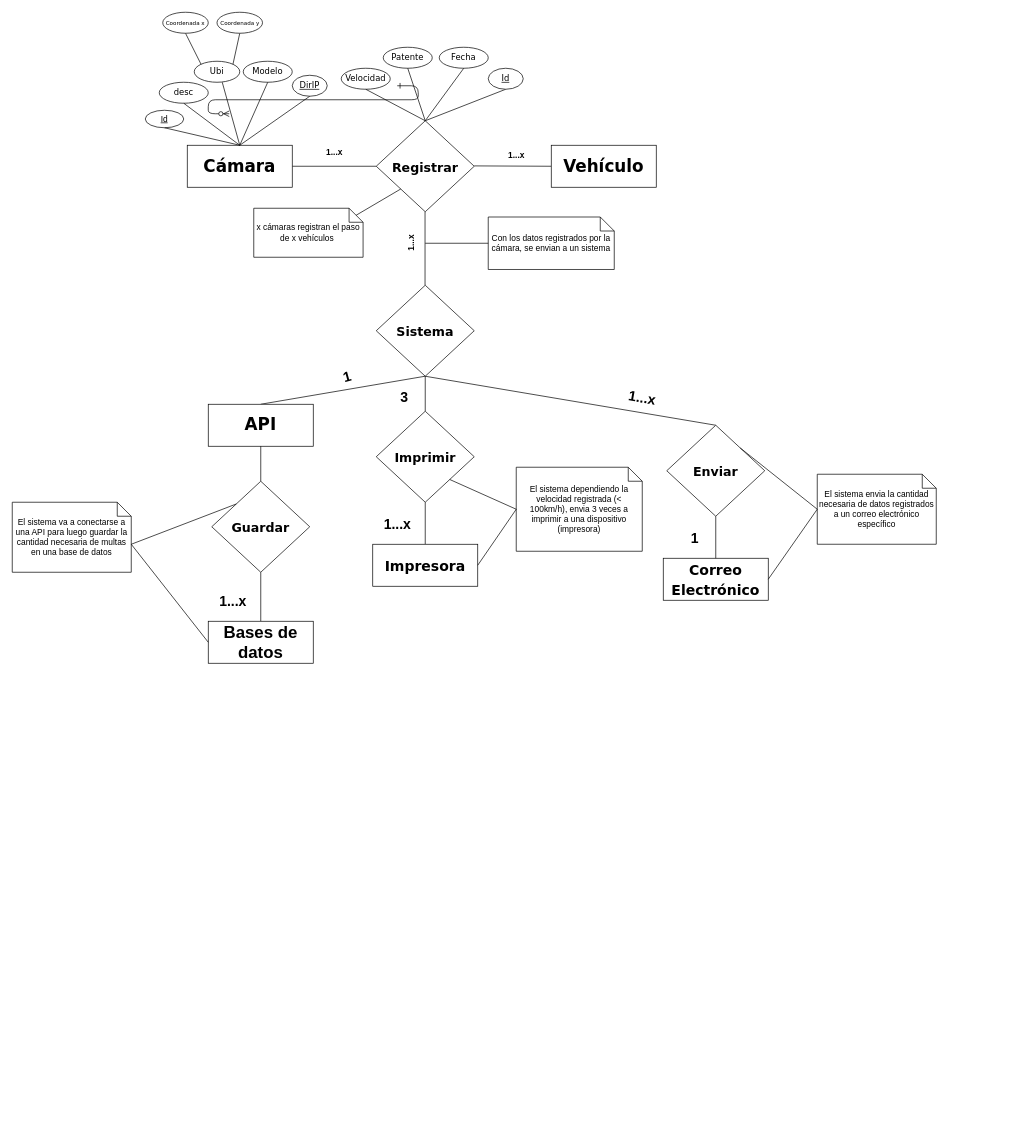
Before: diagrama/Diagrama entidad-relación/entidad-relacion.drawio in zEzequR/izo-isw1-tpds, a draw.io diagram. Source tidied: cells renumbered, new cells numbered last; positions are measured from the earlier drawing's top-left corner, leaving out a move shared by most shapes. Both pictures are drawn from the tidied source at 70%, with x=0, y=0 at pixel (12, 12).
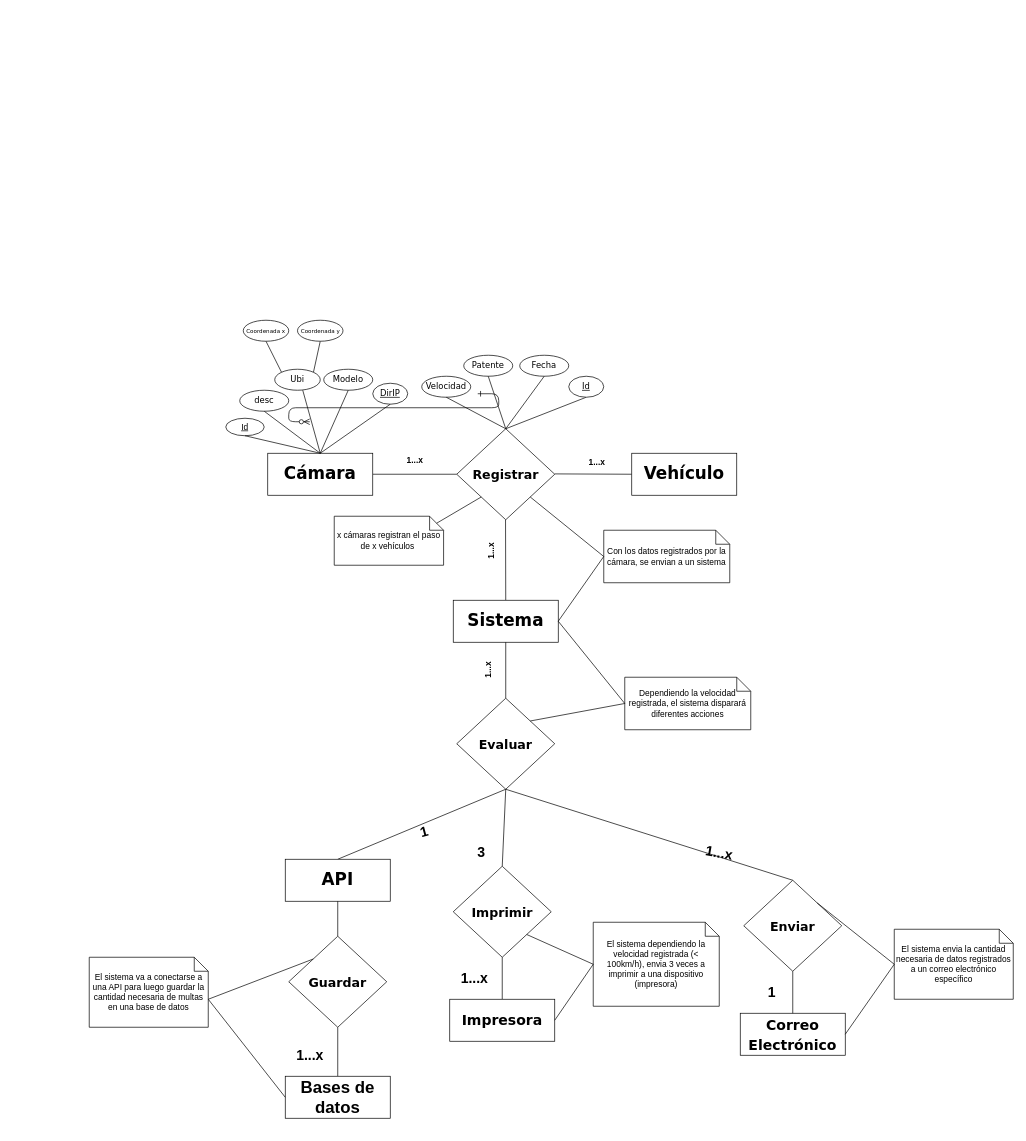
Above is the later version.

Commit message:
Diagrama Entidad-Relación corregido

The edit, as a diff of the source:
```diff
@@
     <mxCell id="2" style="edgeStyle=entityRelationEdgeStyle;endArrow=ERzeroToMany;startArrow=ERone;endFill=1;startFill=0;" parent="1" edge="1">
       <mxGeometry relative="1" as="geometry">
-        <mxPoint x="550" y="105" as="sourcePoint" />
-        <mxPoint x="310" y="145" as="targetPoint" />
+        <mxPoint x="665" y="545" as="sourcePoint" />
+        <mxPoint x="425" y="585" as="targetPoint" />
       </mxGeometry>
     </mxCell>
     <mxCell id="3" style="endArrow=none;html=1;rounded=0;" parent="1" edge="1">
       <mxGeometry relative="1" as="geometry">
-        <mxPoint x="400" y="220" as="sourcePoint" />
-        <mxPoint x="520" y="220" as="targetPoint" />
+        <mxPoint x="515" y="660" as="sourcePoint" />
+        <mxPoint x="635" y="660" as="targetPoint" />
       </mxGeometry>
     </mxCell>
     <mxCell id="4" value="&lt;h1&gt;&lt;font style=&quot;font-size: 18px;&quot; face=&quot;Verdana&quot;&gt;Registrar&lt;/font&gt;&lt;/h1&gt;" style="shape=rhombus;perimeter=rhombusPerimeter;whiteSpace=wrap;html=1;align=center;" parent="1" vertex="1">
-      <mxGeometry x="520" y="155" width="140" height="130" as="geometry" />
+      <mxGeometry x="635" y="595" width="140" height="130" as="geometry" />
     </mxCell>
     <mxCell id="5" style="endArrow=none;html=1;rounded=0;" parent="1" edge="1">
       <mxGeometry relative="1" as="geometry">
-        <mxPoint x="660" y="219.5" as="sourcePoint" />
-        <mxPoint x="770" y="220" as="targetPoint" />
+        <mxPoint x="775" y="659.5" as="sourcePoint" />
+        <mxPoint x="885" y="660" as="targetPoint" />
       </mxGeometry>
     </mxCell>
     <mxCell id="6" value="&lt;h1&gt;&lt;font face=&quot;Verdana&quot; style=&quot;font-size: 24px;&quot;&gt;Cámara&lt;/font&gt;&lt;/h1&gt;" style="whiteSpace=wrap;html=1;align=center;" parent="1" vertex="1">
-      <mxGeometry x="250" y="190" width="150" height="60" as="geometry" />
+      <mxGeometry x="365" y="630" width="150" height="60" as="geometry" />
     </mxCell>
     <mxCell id="7" value="&lt;h1&gt;&lt;font face=&quot;Verdana&quot;&gt;Vehículo&lt;/font&gt;&lt;/h1&gt;" style="whiteSpace=wrap;html=1;align=center;" parent="1" vertex="1">
-      <mxGeometry x="770" y="190" width="150" height="60" as="geometry" />
+      <mxGeometry x="885" y="630" width="150" height="60" as="geometry" />
     </mxCell>
     <mxCell id="8" value="1...x" style="text;strokeColor=none;fillColor=none;html=1;fontSize=12;fontStyle=1;verticalAlign=middle;align=center;" parent="1" vertex="1">
-      <mxGeometry x="430" y="190" width="60" height="20" as="geometry" />
+      <mxGeometry x="545" y="630" width="60" height="20" as="geometry" />
     </mxCell>
     <mxCell id="9" value="&lt;font style=&quot;font-size: 12px;&quot;&gt;1...x&lt;/font&gt;" style="text;strokeColor=none;fillColor=none;html=1;fontSize=24;fontStyle=1;verticalAlign=middle;align=center;" parent="1" vertex="1">
-      <mxGeometry x="690" y="190" width="60" height="20" as="geometry" />
+      <mxGeometry x="805" y="630" width="60" height="20" as="geometry" />
     </mxCell>
     <mxCell id="10" value="desc" style="ellipse;whiteSpace=wrap;html=1;align=center;fontFamily=Verdana;" parent="1" vertex="1">
-      <mxGeometry x="210" y="100" width="70" height="30" as="geometry" />
+      <mxGeometry x="325" y="540" width="70" height="30" as="geometry" />
     </mxCell>
     <mxCell id="11" value="Ubi" style="ellipse;whiteSpace=wrap;html=1;align=center;fontFamily=Verdana;" parent="1" vertex="1">
-      <mxGeometry x="260" y="70" width="65" height="30" as="geometry" />
+      <mxGeometry x="375" y="510" width="65" height="30" as="geometry" />
     </mxCell>
     <mxCell id="12" value="Modelo" style="ellipse;whiteSpace=wrap;html=1;align=center;fontFamily=Verdana;" parent="1" vertex="1">
-      <mxGeometry x="330" y="70" width="70" height="30" as="geometry" />
+      <mxGeometry x="445" y="510" width="70" height="30" as="geometry" />
     </mxCell>
     <mxCell id="13" value="Id" style="ellipse;whiteSpace=wrap;html=1;align=center;fontStyle=4;" parent="1" vertex="1">
-      <mxGeometry x="190" y="140" width="55" height="25" as="geometry" />
+      <mxGeometry x="305" y="580" width="55" height="25" as="geometry" />
     </mxCell>
     <mxCell id="14" value="&lt;font face=&quot;Verdana&quot;&gt;DirIP&lt;/font&gt;" style="ellipse;whiteSpace=wrap;html=1;align=center;fontStyle=4;" parent="1" vertex="1">
-      <mxGeometry x="400" y="90" width="50" height="30" as="geometry" />
+      <mxGeometry x="515" y="530" width="50" height="30" as="geometry" />
     </mxCell>
@@
-    <mxCell id="16" style="endArrow=none;html=1;rounded=0;" parent="1" edge="1">
+    <mxCell id="16" style="endArrow=none;html=1;rounded=0;entryX=0.5;entryY=0;entryDx=0;entryDy=0;" parent="1" edge="1" target="68">
       <mxGeometry relative="1" as="geometry">
-        <mxPoint x="589.7" y="285" as="sourcePoint" />
-        <mxPoint x="589.7" y="390" as="targetPoint" />
+        <mxPoint x="704.7" y="725" as="sourcePoint" />
       </mxGeometry>
     </mxCell>
@@
     <mxCell id="18" value="&lt;font style=&quot;font-size: 8px;&quot;&gt;Coordenada x&lt;/font&gt;" style="ellipse;whiteSpace=wrap;html=1;align=center;fontFamily=Verdana;" parent="1" vertex="1">
-      <mxGeometry x="215" width="65" height="30" as="geometry" />
+      <mxGeometry x="330" y="440" width="65" height="30" as="geometry" />
     </mxCell>
@@
     <mxCell id="20" value="&lt;font style=&quot;font-size: 8px;&quot;&gt;Coordenada y&lt;/font&gt;" style="ellipse;whiteSpace=wrap;html=1;align=center;fontFamily=Verdana;" parent="1" vertex="1">
-      <mxGeometry x="292.5" width="65" height="30" as="geometry" />
+      <mxGeometry x="407.5" y="440" width="65" height="30" as="geometry" />
     </mxCell>
-    <mxCell id="21" value="&lt;h1&gt;&lt;font face=&quot;Verdana&quot;&gt;&lt;span style=&quot;font-size: 18px;&quot;&gt;Sistema&lt;/span&gt;&lt;/font&gt;&lt;/h1&gt;" style="shape=rhombus;perimeter=rhombusPerimeter;whiteSpace=wrap;html=1;align=center;" parent="1" vertex="1">
-      <mxGeometry x="520" y="390" width="140" height="130" as="geometry" />
+    <mxCell id="21" value="&lt;h1&gt;&lt;font face=&quot;Verdana&quot;&gt;&lt;span style=&quot;font-size: 18px;&quot;&gt;Evaluar&lt;/span&gt;&lt;/font&gt;&lt;/h1&gt;" style="shape=rhombus;perimeter=rhombusPerimeter;whiteSpace=wrap;html=1;align=center;" parent="1" vertex="1">
+      <mxGeometry x="635" y="980" width="140" height="130" as="geometry" />
     </mxCell>
     <mxCell id="22" value="1...x" style="text;strokeColor=none;fillColor=none;html=1;fontSize=12;fontStyle=1;verticalAlign=middle;align=center;rotation=-90;" parent="1" vertex="1">
-      <mxGeometry x="540" y="320" width="60" height="20" as="geometry" />
+      <mxGeometry x="655" y="760" width="60" height="20" as="geometry" />
     </mxCell>
@@
     <mxCell id="28" value="&lt;font face=&quot;Verdana&quot;&gt;Id&lt;/font&gt;" style="ellipse;whiteSpace=wrap;html=1;align=center;fontStyle=4;" parent="1" vertex="1">
-      <mxGeometry x="680" y="80" width="50" height="30" as="geometry" />
+      <mxGeometry x="795" y="520" width="50" height="30" as="geometry" />
     </mxCell>
     <mxCell id="29" value="Fecha" style="ellipse;whiteSpace=wrap;html=1;align=center;fontFamily=Verdana;" parent="1" vertex="1">
-      <mxGeometry x="610" y="50" width="70" height="30" as="geometry" />
+      <mxGeometry x="725" y="490" width="70" height="30" as="geometry" />
     </mxCell>
     <mxCell id="30" value="Patente" style="ellipse;whiteSpace=wrap;html=1;align=center;fontFamily=Verdana;" parent="1" vertex="1">
-      <mxGeometry x="530" y="50" width="70" height="30" as="geometry" />
+      <mxGeometry x="645" y="490" width="70" height="30" as="geometry" />
     </mxCell>
     <mxCell id="31" value="Velocidad" style="ellipse;whiteSpace=wrap;html=1;align=center;fontFamily=Verdana;" parent="1" vertex="1">
-      <mxGeometry x="470" y="80" width="70" height="30" as="geometry" />
+      <mxGeometry x="585" y="520" width="70" height="30" as="geometry" />
     </mxCell>
@@
-    <mxCell id="35" style="endArrow=none;html=1;rounded=0;entryX=0.5;entryY=0;entryDx=0;entryDy=0;" parent="1" edge="1" target="36">
-      <mxGeometry relative="1" as="geometry">
-        <mxPoint x="589.7" y="520" as="sourcePoint" />
-      </mxGeometry>
+    <mxCell id="35" style="endArrow=none;html=1;rounded=0;entryX=0.5;entryY=0;entryDx=0;entryDy=0;exitX=0.5;exitY=1;exitDx=0;exitDy=0;" parent="1" edge="1" source="21" target="36">
+      <mxGeometry relative="1" as="geometry" />
     </mxCell>
     <mxCell id="36" value="&lt;h1&gt;&lt;font face=&quot;Verdana&quot;&gt;API&lt;/font&gt;&lt;/h1&gt;" style="whiteSpace=wrap;html=1;align=center;" parent="1" vertex="1">
-      <mxGeometry x="280" y="560" width="150" height="60" as="geometry" />
+      <mxGeometry x="390" y="1210" width="150" height="60" as="geometry" />
     </mxCell>
@@
     <mxCell id="38" value="&lt;h1&gt;Bases de datos&lt;/h1&gt;" style="whiteSpace=wrap;html=1;align=center;" parent="1" vertex="1">
-      <mxGeometry x="280" y="870" width="150" height="60" as="geometry" />
+      <mxGeometry x="390" y="1520" width="150" height="60" as="geometry" />
     </mxCell>
@@
     <mxCell id="40" value="&lt;h1&gt;&lt;font face=&quot;Verdana&quot;&gt;&lt;span style=&quot;font-size: 18px;&quot;&gt;Guardar&lt;/span&gt;&lt;/font&gt;&lt;/h1&gt;" style="shape=rhombus;perimeter=rhombusPerimeter;whiteSpace=wrap;html=1;align=center;" parent="1" vertex="1">
-      <mxGeometry x="285" y="670" width="140" height="130" as="geometry" />
+      <mxGeometry x="395" y="1320" width="140" height="130" as="geometry" />
     </mxCell>
@@
     <mxCell id="42" value="&lt;h1&gt;&lt;font face=&quot;Verdana&quot;&gt;&lt;span style=&quot;font-size: 20px;&quot;&gt;Impresora&lt;/span&gt;&lt;/font&gt;&lt;/h1&gt;" style="whiteSpace=wrap;html=1;align=center;" parent="1" vertex="1">
-      <mxGeometry x="515" y="760" width="150" height="60" as="geometry" />
+      <mxGeometry x="625" y="1410" width="150" height="60" as="geometry" />
     </mxCell>
     <mxCell id="43" value="&lt;h1&gt;&lt;font style=&quot;font-size: 20px;&quot; face=&quot;Verdana&quot;&gt;Correo Electrónico&lt;/font&gt;&lt;/h1&gt;" style="whiteSpace=wrap;html=1;align=center;" parent="1" vertex="1">
-      <mxGeometry x="930" y="780" width="150" height="60" as="geometry" />
+      <mxGeometry x="1040" y="1430" width="150" height="60" as="geometry" />
     </mxCell>
@@
-    <mxCell id="45" style="endArrow=none;html=1;rounded=0;exitX=0.5;exitY=1;exitDx=0;exitDy=0;entryX=0.5;entryY=0;entryDx=0;entryDy=0;" parent="1" edge="1" source="21" target="46">
+    <mxCell id="45" style="endArrow=none;html=1;rounded=0;entryX=0.5;entryY=0;entryDx=0;entryDy=0;exitX=0.5;exitY=1;exitDx=0;exitDy=0;" parent="1" edge="1" source="21" target="46">
       <mxGeometry relative="1" as="geometry" />
     </mxCell>
     <mxCell id="46" value="&lt;h1&gt;&lt;font face=&quot;Verdana&quot;&gt;&lt;span style=&quot;font-size: 18px;&quot;&gt;Imprimir&lt;/span&gt;&lt;/font&gt;&lt;/h1&gt;" style="shape=rhombus;perimeter=rhombusPerimeter;whiteSpace=wrap;html=1;align=center;" parent="1" vertex="1">
-      <mxGeometry x="520" y="570" width="140" height="130" as="geometry" />
+      <mxGeometry x="630" y="1220" width="140" height="130" as="geometry" />
     </mxCell>
-    <mxCell id="47" style="endArrow=none;html=1;rounded=0;exitX=0.5;exitY=1;exitDx=0;exitDy=0;entryX=0.5;entryY=0;entryDx=0;entryDy=0;" parent="1" edge="1" source="21" target="48">
+    <mxCell id="47" style="endArrow=none;html=1;rounded=0;entryX=0.5;entryY=0;entryDx=0;entryDy=0;exitX=0.5;exitY=1;exitDx=0;exitDy=0;" parent="1" edge="1" source="21" target="48">
       <mxGeometry relative="1" as="geometry" />
     </mxCell>
     <mxCell id="48" value="&lt;h1&gt;&lt;font face=&quot;Verdana&quot;&gt;&lt;span style=&quot;font-size: 18px;&quot;&gt;Enviar&lt;/span&gt;&lt;/font&gt;&lt;/h1&gt;" style="shape=rhombus;perimeter=rhombusPerimeter;whiteSpace=wrap;html=1;align=center;" parent="1" vertex="1">
-      <mxGeometry x="935" y="590" width="140" height="130" as="geometry" />
+      <mxGeometry x="1045" y="1240" width="140" height="130" as="geometry" />
     </mxCell>
     <mxCell id="49" value="&lt;font style=&quot;font-size: 20px;&quot;&gt;1&lt;/font&gt;" style="text;strokeColor=none;fillColor=none;html=1;fontSize=12;fontStyle=1;verticalAlign=middle;align=center;rotation=-15;" parent="1" vertex="1">
-      <mxGeometry x="448.1" y="510" width="60" height="20" as="geometry" />
+      <mxGeometry x="558.1" y="1160" width="60" height="20" as="geometry" />
     </mxCell>
     <mxCell id="50" value="&lt;font style=&quot;font-size: 20px;&quot;&gt;1...x&lt;/font&gt;" style="text;strokeColor=none;fillColor=none;html=1;fontSize=12;fontStyle=1;verticalAlign=middle;align=center;" parent="1" vertex="1">
-      <mxGeometry x="285" y="830" width="60" height="20" as="geometry" />
+      <mxGeometry x="395" y="1480" width="60" height="20" as="geometry" />
     </mxCell>
     <mxCell id="51" value="&lt;font style=&quot;font-size: 20px;&quot;&gt;1...x&lt;/font&gt;" style="text;strokeColor=none;fillColor=none;html=1;fontSize=12;fontStyle=1;verticalAlign=middle;align=center;" parent="1" vertex="1">
-      <mxGeometry x="520" y="720" width="60" height="20" as="geometry" />
+      <mxGeometry x="630" y="1370" width="60" height="20" as="geometry" />
     </mxCell>
     <mxCell id="52" value="&lt;span style=&quot;font-size: 20px;&quot;&gt;1&lt;/span&gt;" style="text;strokeColor=none;fillColor=none;html=1;fontSize=12;fontStyle=1;verticalAlign=middle;align=center;" parent="1" vertex="1">
-      <mxGeometry x="945" y="740" width="60" height="20" as="geometry" />
+      <mxGeometry x="1055" y="1390" width="60" height="20" as="geometry" />
     </mxCell>
     <mxCell id="53" value="&lt;span style=&quot;font-size: 20px;&quot;&gt;3&lt;/span&gt;" style="text;strokeColor=none;fillColor=none;html=1;fontSize=12;fontStyle=1;verticalAlign=middle;align=center;" parent="1" vertex="1">
-      <mxGeometry x="530" y="540" width="60" height="20" as="geometry" />
+      <mxGeometry x="640" y="1190" width="60" height="20" as="geometry" />
     </mxCell>
     <mxCell id="54" value="Con los datos registrados por la cámara, se envian a un sistema" style="shape=note;size=20;whiteSpace=wrap;html=1;" parent="1" vertex="1">
-      <mxGeometry x="680" y="292.5" width="180" height="75" as="geometry" />
+      <mxGeometry x="845" y="740" width="180" height="75" as="geometry" />
     </mxCell>
     <mxCell id="55" value="x cámaras registran el paso de x vehículos&amp;nbsp;" style="shape=note;size=20;whiteSpace=wrap;html=1;" parent="1" vertex="1">
-      <mxGeometry x="345" y="280" width="156.2" height="70" as="geometry" />
+      <mxGeometry x="460" y="720" width="156.2" height="70" as="geometry" />
     </mxCell>
     <mxCell id="56" value="El sistema envia la cantidad necesaria de datos registrados a un correo electrónico específico" style="shape=note;size=20;whiteSpace=wrap;html=1;rotation=0;" parent="1" vertex="1">
-      <mxGeometry x="1150" y="660" width="170" height="100" as="geometry" />
+      <mxGeometry x="1260" y="1310" width="170" height="100" as="geometry" />
     </mxCell>
     <mxCell id="57" value="&lt;span style=&quot;font-size: 20px;&quot;&gt;1...x&lt;/span&gt;" style="text;strokeColor=none;fillColor=none;html=1;fontSize=12;fontStyle=1;verticalAlign=middle;align=center;rotation=10;" parent="1" vertex="1">
-      <mxGeometry x="870" y="540" width="60" height="20" as="geometry" />
+      <mxGeometry x="980" y="1190" width="60" height="20" as="geometry" />
     </mxCell>
@@
-    <mxCell id="59" style="endArrow=none;html=1;rounded=0;entryX=0;entryY=0.5;entryDx=0;entryDy=0;entryPerimeter=0;" parent="1" edge="1" target="54">
-      <mxGeometry relative="1" as="geometry">
-        <mxPoint x="590" y="330" as="sourcePoint" />
-      </mxGeometry>
+    <mxCell id="59" style="endArrow=none;html=1;rounded=0;entryX=0;entryY=0.5;entryDx=0;entryDy=0;entryPerimeter=0;exitX=1;exitY=1;exitDx=0;exitDy=0;" parent="1" edge="1" source="4" target="54">
+      <mxGeometry relative="1" as="geometry" />
     </mxCell>
@@
     <mxCell id="62" value="El sistema dependiendo la velocidad registrada (&amp;lt; 100km/h), envia 3 veces a imprimir a una dispositivo (impresora)" style="shape=note;size=20;whiteSpace=wrap;html=1;rotation=0;" parent="1" vertex="1">
-      <mxGeometry x="720" y="650" width="180" height="120" as="geometry" />
+      <mxGeometry x="830" y="1300" width="180" height="120" as="geometry" />
     </mxCell>
@@
     <mxCell id="65" value="El sistema va a conectarse a una API para luego guardar la cantidad necesaria de multas en una base de datos" style="shape=note;size=20;whiteSpace=wrap;html=1;rotation=0;" parent="1" vertex="1">
-      <mxGeometry y="700" width="170" height="100" as="geometry" />
+      <mxGeometry x="110" y="1350" width="170" height="100" as="geometry" />
     </mxCell>
@@
+    <mxCell id="68" value="&lt;h1&gt;&lt;font face=&quot;Verdana&quot;&gt;Sistema&lt;/font&gt;&lt;/h1&gt;" style="whiteSpace=wrap;html=1;align=center;" parent="1" vertex="1">
+      <mxGeometry x="630" y="840" width="150" height="60" as="geometry" />
+    </mxCell>
+    <mxCell id="69" style="endArrow=none;html=1;rounded=0;entryX=0.5;entryY=0;entryDx=0;entryDy=0;exitX=0.5;exitY=1;exitDx=0;exitDy=0;" parent="1" edge="1" source="68" target="21">
+      <mxGeometry relative="1" as="geometry" />
+    </mxCell>
+    <mxCell id="70" value="1...x" style="text;strokeColor=none;fillColor=none;html=1;fontSize=12;fontStyle=1;verticalAlign=middle;align=center;rotation=-90;" parent="1" vertex="1">
+      <mxGeometry x="650" y="930" width="60" height="20" as="geometry" />
+    </mxCell>
+    <mxCell id="71" value="Dependiendo la velocidad registrada, el sistema disparará diferentes acciones" style="shape=note;size=20;whiteSpace=wrap;html=1;" parent="1" vertex="1">
+      <mxGeometry x="875" y="950" width="180" height="75" as="geometry" />
+    </mxCell>
+    <mxCell id="72" style="endArrow=none;html=1;rounded=0;entryX=0;entryY=0.5;entryDx=0;entryDy=0;entryPerimeter=0;exitX=1;exitY=0.5;exitDx=0;exitDy=0;" parent="1" edge="1" source="68" target="71">
+      <mxGeometry relative="1" as="geometry" />
+    </mxCell>
+    <mxCell id="73" style="endArrow=none;html=1;rounded=0;entryX=0;entryY=0.5;entryDx=0;entryDy=0;entryPerimeter=0;exitX=1;exitY=0.5;exitDx=0;exitDy=0;" parent="1" edge="1" source="68" target="54">
+      <mxGeometry relative="1" as="geometry" />
+    </mxCell>
+    <mxCell id="74" style="endArrow=none;html=1;rounded=0;entryX=0;entryY=0.5;entryDx=0;entryDy=0;entryPerimeter=0;exitX=1;exitY=0;exitDx=0;exitDy=0;" parent="1" edge="1" source="21" target="71">
+      <mxGeometry relative="1" as="geometry" />
+    </mxCell>
```
